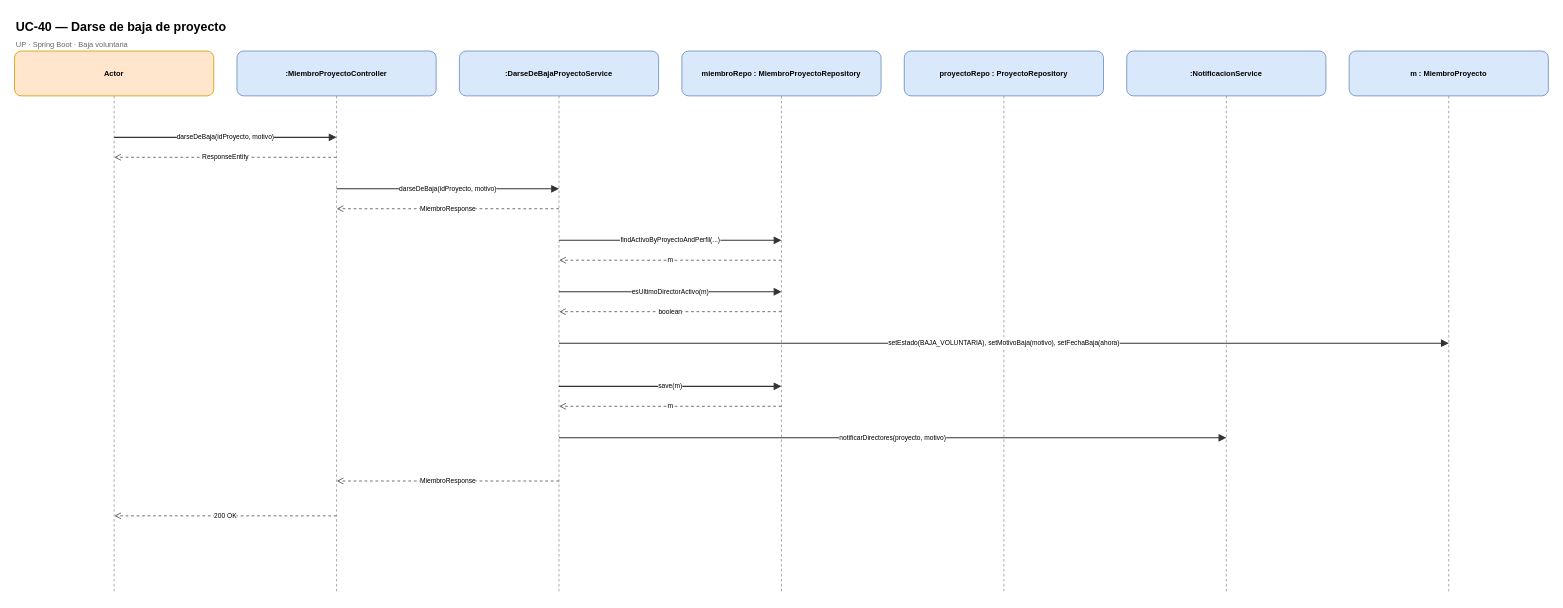
Earlier version of the draw.io diagram page "UC-40 — Darse de baja de proyecto" (17 of 28) of docs/3_diseño/diagramas/DSD_Final.drawio (mgroko/modalink-backend). Source tidied: cells renumbered, new cells numbered last; positions are measured from the earlier drawing's top-left corner, leaving out a move shared by most shapes. Both pictures are drawn from the tidied source at 83%, with x=0, y=0 at pixel (14, 14).
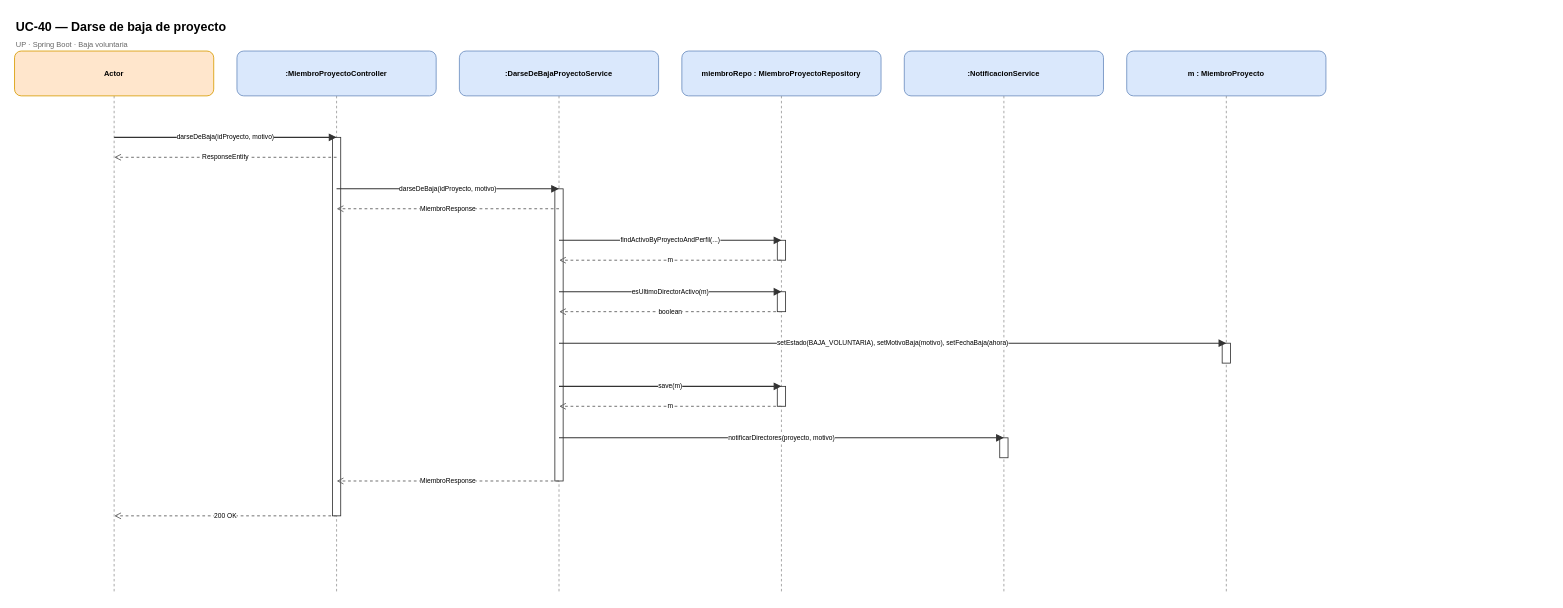
After the change.

The edit, as a diff of the source:
```diff
@@
     <mxCell id="2" value="UC-40 — Darse de baja de proyecto" style="text;html=1;fontSize=15;fontStyle=1;align=left;verticalAlign=middle;" parent="1" vertex="1">
-      <mxGeometry width="1848" height="28" as="geometry" />
+      <mxGeometry width="1580" height="28" as="geometry" />
     </mxCell>
     <mxCell id="3" value="UP · Spring Boot · Baja voluntaria" style="text;html=1;fontSize=9;align=left;verticalAlign=middle;fontColor=#666666;" parent="1" vertex="1">
-      <mxGeometry y="28" width="1848" height="18" as="geometry" />
+      <mxGeometry y="28" width="1580" height="18" as="geometry" />
     </mxCell>
@@
-    <mxCell id="8" style="endArrow=none;dashed=1;strokeColor=#999999;strokeWidth=1;html=1;" parent="1" edge="1">
-      <mxGeometry relative="1" as="geometry">
-        <mxPoint x="1192" y="98" as="sourcePoint" />
-        <mxPoint x="1192" y="696" as="targetPoint" />
-      </mxGeometry>
-    </mxCell>
     <mxCell id="9" style="endArrow=none;dashed=1;strokeColor=#999999;strokeWidth=1;html=1;" parent="1" edge="1">
       <mxGeometry relative="1" as="geometry">
-        <mxPoint x="1460" y="98" as="sourcePoint" />
-        <mxPoint x="1460" y="696" as="targetPoint" />
+        <mxPoint x="1192" y="98" as="sourcePoint" />
+        <mxPoint x="1192" y="696" as="targetPoint" />
       </mxGeometry>
     </mxCell>
     <mxCell id="10" style="endArrow=none;dashed=1;strokeColor=#999999;strokeWidth=1;html=1;" parent="1" edge="1">
       <mxGeometry relative="1" as="geometry">
-        <mxPoint x="1728" y="98" as="sourcePoint" />
-        <mxPoint x="1728" y="696" as="targetPoint" />
+        <mxPoint x="1460" y="98" as="sourcePoint" />
+        <mxPoint x="1460" y="696" as="targetPoint" />
       </mxGeometry>
     </mxCell>
+    <mxCell id="32" style="rounded=0;whiteSpace=wrap;html=1;fillColor=#FFFFFF;strokeColor=#333333;strokeWidth=1;" parent="1" vertex="1">
+      <mxGeometry x="383" y="148" width="10" height="456" as="geometry" />
+    </mxCell>
+    <mxCell id="33" style="rounded=0;whiteSpace=wrap;html=1;fillColor=#FFFFFF;strokeColor=#333333;strokeWidth=1;" parent="1" vertex="1">
+      <mxGeometry x="651" y="210" width="10" height="352" as="geometry" />
+    </mxCell>
+    <mxCell id="34" style="rounded=0;whiteSpace=wrap;html=1;fillColor=#FFFFFF;strokeColor=#333333;strokeWidth=1;" parent="1" vertex="1">
+      <mxGeometry x="919" y="272" width="10" height="24" as="geometry" />
+    </mxCell>
+    <mxCell id="35" style="rounded=0;whiteSpace=wrap;html=1;fillColor=#FFFFFF;strokeColor=#333333;strokeWidth=1;" parent="1" vertex="1">
+      <mxGeometry x="919" y="334" width="10" height="24" as="geometry" />
+    </mxCell>
+    <mxCell id="36" style="rounded=0;whiteSpace=wrap;html=1;fillColor=#FFFFFF;strokeColor=#333333;strokeWidth=1;" parent="1" vertex="1">
+      <mxGeometry x="919" y="448" width="10" height="24" as="geometry" />
+    </mxCell>
+    <mxCell id="37" style="rounded=0;whiteSpace=wrap;html=1;fillColor=#FFFFFF;strokeColor=#333333;strokeWidth=1;" parent="1" vertex="1">
+      <mxGeometry x="1187" y="510" width="10" height="24" as="geometry" />
+    </mxCell>
+    <mxCell id="38" style="rounded=0;whiteSpace=wrap;html=1;fillColor=#FFFFFF;strokeColor=#333333;strokeWidth=1;" parent="1" vertex="1">
+      <mxGeometry x="1455" y="396" width="10" height="24" as="geometry" />
+    </mxCell>
@@
-    <mxCell id="15" value="proyectoRepo : ProyectoRepository" style="rounded=1;whiteSpace=wrap;html=1;fillColor=#dae8fc;strokeColor=#6c8ebf;fontSize=9;fontStyle=1;" parent="1" vertex="1">
-      <mxGeometry x="1072" y="44" width="240" height="54" as="geometry" />
-    </mxCell>
     <mxCell id="16" value=":NotificacionService" style="rounded=1;whiteSpace=wrap;html=1;fillColor=#dae8fc;strokeColor=#6c8ebf;fontSize=9;fontStyle=1;" parent="1" vertex="1">
-      <mxGeometry x="1340" y="44" width="240" height="54" as="geometry" />
+      <mxGeometry x="1072" y="44" width="240" height="54" as="geometry" />
     </mxCell>
     <mxCell id="17" value="m : MiembroProyecto" style="rounded=1;whiteSpace=wrap;html=1;fillColor=#dae8fc;strokeColor=#6c8ebf;fontSize=9;fontStyle=1;" parent="1" vertex="1">
-      <mxGeometry x="1608" y="44" width="240" height="54" as="geometry" />
+      <mxGeometry x="1340" y="44" width="240" height="54" as="geometry" />
     </mxCell>
@@
     <mxCell id="26" value="setEstado(BAJA_VOLUNTARIA), setMotivoBaja(motivo), setFechaBaja(ahora)" style="html=1;endArrow=block;endFill=1;rounded=0;strokeWidth=1.3;strokeColor=#333333;labelBackgroundColor=#ffffff;fontSize=8;" parent="1" edge="1">
       <mxGeometry relative="1" as="geometry">
         <mxPoint x="656" y="396" as="sourcePoint" />
-        <mxPoint x="1728" y="396" as="targetPoint" />
+        <mxPoint x="1460" y="396" as="targetPoint" />
       </mxGeometry>
     </mxCell>
@@
     <mxCell id="29" value="notificarDirectores(proyecto, motivo)" style="html=1;endArrow=block;endFill=1;rounded=0;strokeWidth=1.3;strokeColor=#333333;labelBackgroundColor=#ffffff;fontSize=8;" parent="1" edge="1">
       <mxGeometry relative="1" as="geometry">
         <mxPoint x="656" y="510" as="sourcePoint" />
-        <mxPoint x="1460" y="510" as="targetPoint" />
+        <mxPoint x="1192" y="510" as="targetPoint" />
       </mxGeometry>
     </mxCell>
```
